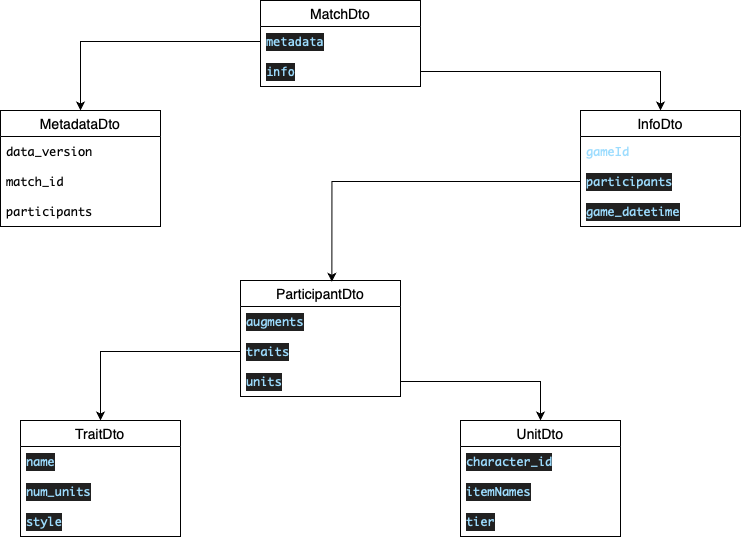
The draw.io diagram TFT.drawio.png in jmp7911/TFT_stats, before a commit. Source tidied: cells renumbered, new cells last; positions are measured from the earlier drawing's top-left corner, leaving out a move shared by most shapes.
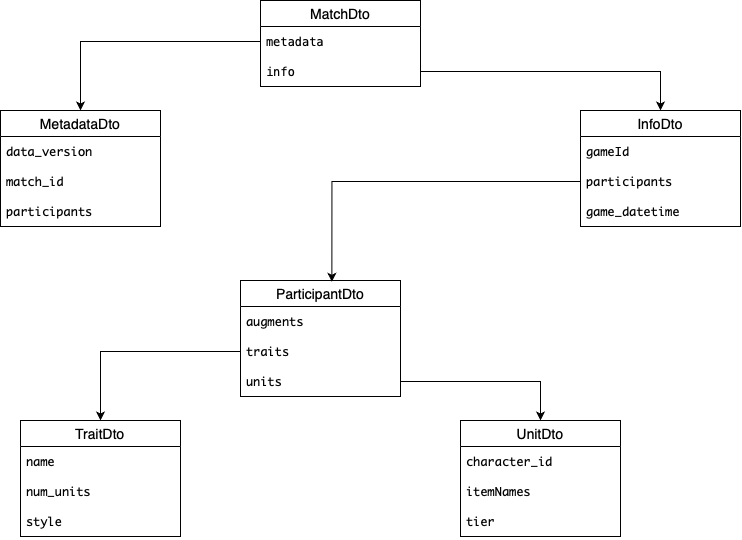
Above is the later version.

Change to the diagram source:
```diff
@@ -2,88 +2,88 @@
   <root>
     <mxCell id="0" />
     <mxCell id="1" parent="0" />
-    <mxCell id="2" value="MetadataDto" style="swimlane;fontStyle=0;horizontal=1;startSize=26;align=center;fontSize=14;labelBackgroundColor=none;" parent="1" vertex="1">
+    <mxCell id="2" value="MetadataDto" style="swimlane;fontStyle=0;horizontal=1;startSize=26;align=center;fontSize=14;labelBackgroundColor=#FFFFFF;fontColor=#000000;" parent="1" vertex="1">
       <mxGeometry y="110" width="160" height="116" as="geometry" />
     </mxCell>
-    <mxCell id="3" value="&lt;div style=&quot;font-family: IBMPlexMono, Monaco, &amp;quot;Courier New&amp;quot;, monospace, Menlo, Monaco, &amp;quot;Courier New&amp;quot;, monospace; line-height: 18px; white-space: pre;&quot;&gt;&lt;span style=&quot;&quot;&gt;data_version&lt;/span&gt;&lt;/div&gt;" style="text;strokeColor=none;fillColor=none;spacingLeft=4;spacingRight=4;overflow=hidden;fontSize=12;whiteSpace=wrap;html=1;labelBackgroundColor=none;" parent="2" vertex="1">
+    <mxCell id="3" value="&lt;div style=&quot;font-family: IBMPlexMono, Monaco, &amp;quot;Courier New&amp;quot;, monospace, Menlo, Monaco, &amp;quot;Courier New&amp;quot;, monospace; line-height: 18px; white-space: pre;&quot;&gt;&lt;span style=&quot;&quot;&gt;data_version&lt;/span&gt;&lt;/div&gt;" style="text;strokeColor=none;fillColor=none;spacingLeft=4;spacingRight=4;overflow=hidden;fontSize=12;whiteSpace=wrap;html=1;labelBackgroundColor=#FFFFFF;fontColor=#000000;" parent="2" vertex="1">
       <mxGeometry y="26" width="160" height="30" as="geometry" />
     </mxCell>
-    <mxCell id="4" value="&lt;div style=&quot;font-family: IBMPlexMono, Monaco, &amp;quot;Courier New&amp;quot;, monospace, Menlo, Monaco, &amp;quot;Courier New&amp;quot;, monospace; line-height: 18px; white-space: pre;&quot;&gt;&lt;span style=&quot;&quot;&gt;match_id&lt;/span&gt;&lt;/div&gt;" style="text;strokeColor=none;fillColor=none;spacingLeft=4;spacingRight=4;overflow=hidden;fontSize=12;whiteSpace=wrap;html=1;labelBackgroundColor=none;" parent="2" vertex="1">
+    <mxCell id="4" value="&lt;div style=&quot;font-family: IBMPlexMono, Monaco, &amp;quot;Courier New&amp;quot;, monospace, Menlo, Monaco, &amp;quot;Courier New&amp;quot;, monospace; line-height: 18px; white-space: pre;&quot;&gt;&lt;span style=&quot;&quot;&gt;match_id&lt;/span&gt;&lt;/div&gt;" style="text;strokeColor=none;fillColor=none;spacingLeft=4;spacingRight=4;overflow=hidden;fontSize=12;whiteSpace=wrap;html=1;labelBackgroundColor=#FFFFFF;fontColor=#000000;" parent="2" vertex="1">
       <mxGeometry y="56" width="160" height="30" as="geometry" />
     </mxCell>
-    <mxCell id="5" value="&lt;div style=&quot;font-family: IBMPlexMono, Monaco, &amp;quot;Courier New&amp;quot;, monospace, Menlo, Monaco, &amp;quot;Courier New&amp;quot;, monospace; line-height: 18px; white-space: pre;&quot;&gt;&lt;span style=&quot;&quot;&gt;participants&lt;/span&gt;&lt;/div&gt;" style="text;strokeColor=none;fillColor=none;spacingLeft=4;spacingRight=4;overflow=hidden;fontSize=12;whiteSpace=wrap;html=1;labelBackgroundColor=none;" parent="2" vertex="1">
+    <mxCell id="5" value="&lt;div style=&quot;font-family: IBMPlexMono, Monaco, &amp;quot;Courier New&amp;quot;, monospace, Menlo, Monaco, &amp;quot;Courier New&amp;quot;, monospace; line-height: 18px; white-space: pre;&quot;&gt;&lt;span style=&quot;&quot;&gt;participants&lt;/span&gt;&lt;/div&gt;" style="text;strokeColor=none;fillColor=none;spacingLeft=4;spacingRight=4;overflow=hidden;fontSize=12;whiteSpace=wrap;html=1;labelBackgroundColor=#FFFFFF;fontColor=#000000;" parent="2" vertex="1">
       <mxGeometry y="86" width="160" height="30" as="geometry" />
     </mxCell>
-    <mxCell id="6" value="InfoDto" style="swimlane;fontStyle=0;horizontal=1;startSize=26;align=center;fontSize=14;labelBackgroundColor=none;" parent="1" vertex="1">
+    <mxCell id="6" value="InfoDto" style="swimlane;fontStyle=0;horizontal=1;startSize=26;align=center;fontSize=14;labelBackgroundColor=#FFFFFF;fontColor=#000000;" parent="1" vertex="1">
       <mxGeometry x="580" y="110" width="160" height="116" as="geometry" />
     </mxCell>
-    <mxCell id="7" value="&lt;div style=&quot;color: rgb(248, 248, 242); font-family: IBMPlexMono, Monaco, &amp;quot;Courier New&amp;quot;, monospace, Menlo, Monaco, &amp;quot;Courier New&amp;quot;, monospace; line-height: 18px; white-space: pre;&quot;&gt;&lt;span style=&quot;color: rgb(156, 220, 254);&quot;&gt;gameId&lt;/span&gt;&lt;/div&gt;" style="text;strokeColor=none;fillColor=none;spacingLeft=4;spacingRight=4;overflow=hidden;fontSize=12;whiteSpace=wrap;html=1;labelBackgroundColor=none;" parent="6" vertex="1">
+    <mxCell id="7" value="&lt;div style=&quot;font-family: IBMPlexMono, Monaco, &amp;quot;Courier New&amp;quot;, monospace, Menlo, Monaco, &amp;quot;Courier New&amp;quot;, monospace; line-height: 18px; white-space: pre;&quot;&gt;&lt;span style=&quot;&quot;&gt;gameId&lt;/span&gt;&lt;/div&gt;" style="text;strokeColor=none;fillColor=none;spacingLeft=4;spacingRight=4;overflow=hidden;fontSize=12;whiteSpace=wrap;html=1;labelBackgroundColor=#FFFFFF;fontColor=#000000;" parent="6" vertex="1">
       <mxGeometry y="26" width="160" height="30" as="geometry" />
     </mxCell>
-    <mxCell id="8" value="&lt;div style=&quot;color: rgb(248, 248, 242); background-color: rgb(33, 33, 33); font-family: IBMPlexMono, Monaco, &amp;quot;Courier New&amp;quot;, monospace, Menlo, Monaco, &amp;quot;Courier New&amp;quot;, monospace; line-height: 18px; white-space: pre;&quot;&gt;&lt;span style=&quot;color: rgb(156, 220, 254);&quot;&gt;participants&lt;/span&gt;&lt;/div&gt;" style="text;strokeColor=none;fillColor=none;spacingLeft=4;spacingRight=4;overflow=hidden;points=[[0,0.5],[1,0.5]];portConstraint=eastwest;fontSize=12;whiteSpace=wrap;html=1;labelBackgroundColor=none;" parent="6" vertex="1">
+    <mxCell id="8" value="&lt;div style=&quot;font-family: IBMPlexMono, Monaco, &amp;quot;Courier New&amp;quot;, monospace, Menlo, Monaco, &amp;quot;Courier New&amp;quot;, monospace; line-height: 18px; white-space: pre;&quot;&gt;&lt;span style=&quot;&quot;&gt;participants&lt;/span&gt;&lt;/div&gt;" style="text;strokeColor=none;fillColor=none;spacingLeft=4;spacingRight=4;overflow=hidden;points=[[0,0.5],[1,0.5]];portConstraint=eastwest;fontSize=12;whiteSpace=wrap;html=1;labelBackgroundColor=#FFFFFF;fontColor=#000000;" parent="6" vertex="1">
       <mxGeometry y="56" width="160" height="30" as="geometry" />
     </mxCell>
-    <mxCell id="9" value="&lt;div style=&quot;color: rgb(248, 248, 242); background-color: rgb(33, 33, 33); font-family: IBMPlexMono, Monaco, &amp;quot;Courier New&amp;quot;, monospace, Menlo, Monaco, &amp;quot;Courier New&amp;quot;, monospace; line-height: 18px; white-space: pre;&quot;&gt;&lt;div style=&quot;line-height: 18px;&quot;&gt;&lt;div style=&quot;line-height: 18px;&quot;&gt;&lt;span style=&quot;color: rgb(156, 220, 254);&quot;&gt;game_datetime&lt;/span&gt;&lt;/div&gt;&lt;/div&gt;&lt;/div&gt;" style="text;strokeColor=none;fillColor=none;spacingLeft=4;spacingRight=4;overflow=hidden;fontSize=12;whiteSpace=wrap;html=1;labelBackgroundColor=none;" parent="6" vertex="1">
+    <mxCell id="9" value="&lt;div style=&quot;font-family: IBMPlexMono, Monaco, &amp;quot;Courier New&amp;quot;, monospace, Menlo, Monaco, &amp;quot;Courier New&amp;quot;, monospace; line-height: 18px; white-space: pre;&quot;&gt;&lt;div style=&quot;line-height: 18px;&quot;&gt;&lt;div style=&quot;line-height: 18px;&quot;&gt;&lt;span style=&quot;&quot;&gt;game_datetime&lt;/span&gt;&lt;/div&gt;&lt;/div&gt;&lt;/div&gt;" style="text;strokeColor=none;fillColor=none;spacingLeft=4;spacingRight=4;overflow=hidden;fontSize=12;whiteSpace=wrap;html=1;labelBackgroundColor=#FFFFFF;fontColor=#000000;" parent="6" vertex="1">
       <mxGeometry y="86" width="160" height="30" as="geometry" />
     </mxCell>
-    <mxCell id="10" value="ParticipantDto" style="swimlane;fontStyle=0;horizontal=1;startSize=26;align=center;fontSize=14;" parent="1" vertex="1">
+    <mxCell id="10" value="ParticipantDto" style="swimlane;fontStyle=0;horizontal=1;startSize=26;align=center;fontSize=14;fontColor=#000000;labelBackgroundColor=#FFFFFF;" parent="1" vertex="1">
       <mxGeometry x="240" y="280" width="160" height="116" as="geometry" />
     </mxCell>
-    <mxCell id="11" value="&lt;div style=&quot;color: rgb(248, 248, 242); background-color: rgb(33, 33, 33); font-family: IBMPlexMono, Monaco, &amp;quot;Courier New&amp;quot;, monospace, Menlo, Monaco, &amp;quot;Courier New&amp;quot;, monospace; line-height: 18px; white-space: pre;&quot;&gt;&lt;span style=&quot;color: rgb(156, 220, 254);&quot;&gt;augments&lt;/span&gt;&lt;/div&gt;" style="text;strokeColor=none;fillColor=none;spacingLeft=4;spacingRight=4;overflow=hidden;fontSize=12;whiteSpace=wrap;html=1;" parent="10" vertex="1">
+    <mxCell id="11" value="&lt;div style=&quot;font-family: IBMPlexMono, Monaco, &amp;quot;Courier New&amp;quot;, monospace, Menlo, Monaco, &amp;quot;Courier New&amp;quot;, monospace; line-height: 18px; white-space: pre;&quot;&gt;&lt;span style=&quot;&quot;&gt;augments&lt;/span&gt;&lt;/div&gt;" style="text;strokeColor=none;fillColor=none;spacingLeft=4;spacingRight=4;overflow=hidden;fontSize=12;whiteSpace=wrap;html=1;fontColor=#000000;labelBackgroundColor=#FFFFFF;" parent="10" vertex="1">
       <mxGeometry y="26" width="160" height="30" as="geometry" />
     </mxCell>
-    <mxCell id="12" value="&lt;div style=&quot;color: rgb(248, 248, 242); background-color: rgb(33, 33, 33); font-family: IBMPlexMono, Monaco, &amp;quot;Courier New&amp;quot;, monospace, Menlo, Monaco, &amp;quot;Courier New&amp;quot;, monospace; line-height: 18px; white-space: pre;&quot;&gt;&lt;span style=&quot;color: rgb(156, 220, 254);&quot;&gt;traits&lt;/span&gt;&lt;/div&gt;" style="text;strokeColor=none;fillColor=none;spacingLeft=4;spacingRight=4;overflow=hidden;points=[[0,0.5],[1,0.5]];portConstraint=eastwest;fontSize=12;whiteSpace=wrap;html=1;" parent="10" vertex="1">
+    <mxCell id="12" value="&lt;div style=&quot;font-family: IBMPlexMono, Monaco, &amp;quot;Courier New&amp;quot;, monospace, Menlo, Monaco, &amp;quot;Courier New&amp;quot;, monospace; line-height: 18px; white-space: pre;&quot;&gt;&lt;span style=&quot;&quot;&gt;traits&lt;/span&gt;&lt;/div&gt;" style="text;strokeColor=none;fillColor=none;spacingLeft=4;spacingRight=4;overflow=hidden;points=[[0,0.5],[1,0.5]];portConstraint=eastwest;fontSize=12;whiteSpace=wrap;html=1;fontColor=#000000;labelBackgroundColor=#FFFFFF;" parent="10" vertex="1">
       <mxGeometry y="56" width="160" height="30" as="geometry" />
     </mxCell>
-    <mxCell id="13" value="&lt;div style=&quot;background-color: rgb(33, 33, 33); font-family: IBMPlexMono, Monaco, &amp;quot;Courier New&amp;quot;, monospace, Menlo, Monaco, &amp;quot;Courier New&amp;quot;, monospace; line-height: 18px; white-space: pre;&quot;&gt;&lt;font color=&quot;#9cdcfe&quot;&gt;&lt;span style=&quot;caret-color: rgb(156, 220, 254);&quot;&gt;units&lt;/span&gt;&lt;/font&gt;&lt;/div&gt;" style="text;strokeColor=none;fillColor=none;spacingLeft=4;spacingRight=4;overflow=hidden;points=[[0,0.5],[1,0.5]];portConstraint=eastwest;fontSize=12;whiteSpace=wrap;html=1;" parent="10" vertex="1">
+    <mxCell id="13" value="&lt;div style=&quot;font-family: IBMPlexMono, Monaco, &amp;quot;Courier New&amp;quot;, monospace, Menlo, Monaco, &amp;quot;Courier New&amp;quot;, monospace; line-height: 18px; white-space: pre;&quot;&gt;&lt;font&gt;&lt;span style=&quot;caret-color: rgb(156, 220, 254);&quot;&gt;units&lt;/span&gt;&lt;/font&gt;&lt;/div&gt;" style="text;strokeColor=none;fillColor=none;spacingLeft=4;spacingRight=4;overflow=hidden;points=[[0,0.5],[1,0.5]];portConstraint=eastwest;fontSize=12;whiteSpace=wrap;html=1;fontColor=#000000;labelBackgroundColor=#FFFFFF;" parent="10" vertex="1">
       <mxGeometry y="86" width="160" height="30" as="geometry" />
     </mxCell>
-    <mxCell id="14" value="MatchDto" style="swimlane;fontStyle=0;horizontal=1;startSize=26;align=center;fontSize=14;" parent="1" vertex="1">
+    <mxCell id="14" value="MatchDto" style="swimlane;fontStyle=0;horizontal=1;startSize=26;align=center;fontSize=14;fontColor=#000000;labelBackgroundColor=#FFFFFF;" parent="1" vertex="1">
       <mxGeometry x="260" width="160" height="86" as="geometry" />
     </mxCell>
-    <mxCell id="15" value="&lt;div style=&quot;color: rgb(204, 204, 204); background-color: rgb(31, 31, 31); font-family: Menlo, Monaco, &amp;quot;Courier New&amp;quot;, monospace; line-height: 18px; white-space: pre;&quot;&gt;&lt;span style=&quot;color: rgb(156, 220, 254);&quot;&gt;metadata&lt;/span&gt;&lt;/div&gt;" style="text;strokeColor=none;fillColor=none;spacingLeft=4;spacingRight=4;overflow=hidden;points=[[0,0.5],[1,0.5]];portConstraint=eastwest;fontSize=12;whiteSpace=wrap;html=1;" parent="14" vertex="1">
+    <mxCell id="15" value="&lt;div style=&quot;font-family: Menlo, Monaco, &amp;quot;Courier New&amp;quot;, monospace; line-height: 18px; white-space: pre;&quot;&gt;&lt;span style=&quot;&quot;&gt;metadata&lt;/span&gt;&lt;/div&gt;" style="text;strokeColor=none;fillColor=none;spacingLeft=4;spacingRight=4;overflow=hidden;points=[[0,0.5],[1,0.5]];portConstraint=eastwest;fontSize=12;whiteSpace=wrap;html=1;fontColor=#000000;labelBackgroundColor=#FFFFFF;" parent="14" vertex="1">
       <mxGeometry y="26" width="160" height="30" as="geometry" />
     </mxCell>
-    <mxCell id="16" value="&lt;div style=&quot;color: rgb(204, 204, 204); background-color: rgb(31, 31, 31); font-family: Menlo, Monaco, &amp;quot;Courier New&amp;quot;, monospace; line-height: 18px; white-space: pre;&quot;&gt;&lt;span style=&quot;color: rgb(156, 220, 254);&quot;&gt;info&lt;/span&gt;&lt;/div&gt;" style="text;strokeColor=none;fillColor=none;spacingLeft=4;spacingRight=4;overflow=hidden;points=[[0,0.5],[1,0.5]];portConstraint=eastwest;fontSize=12;whiteSpace=wrap;html=1;" parent="14" vertex="1">
+    <mxCell id="16" value="&lt;div style=&quot;font-family: Menlo, Monaco, &amp;quot;Courier New&amp;quot;, monospace; line-height: 18px; white-space: pre;&quot;&gt;&lt;span style=&quot;&quot;&gt;info&lt;/span&gt;&lt;/div&gt;" style="text;strokeColor=none;fillColor=none;spacingLeft=4;spacingRight=4;overflow=hidden;points=[[0,0.5],[1,0.5]];portConstraint=eastwest;fontSize=12;whiteSpace=wrap;html=1;fontColor=#000000;labelBackgroundColor=#FFFFFF;" parent="14" vertex="1">
       <mxGeometry y="56" width="160" height="30" as="geometry" />
     </mxCell>
-    <mxCell id="17" value="TraitDto" style="swimlane;fontStyle=0;horizontal=1;startSize=26;align=center;fontSize=14;" parent="1" vertex="1">
+    <mxCell id="17" value="TraitDto" style="swimlane;fontStyle=0;horizontal=1;startSize=26;align=center;fontSize=14;fontColor=#000000;labelBackgroundColor=#FFFFFF;" parent="1" vertex="1">
       <mxGeometry x="20" y="420" width="160" height="116" as="geometry" />
     </mxCell>
-    <mxCell id="18" value="&lt;div style=&quot;color: rgb(248, 248, 242); background-color: rgb(33, 33, 33); font-family: IBMPlexMono, Monaco, &amp;quot;Courier New&amp;quot;, monospace, Menlo, Monaco, &amp;quot;Courier New&amp;quot;, monospace; line-height: 18px; white-space: pre;&quot;&gt;&lt;span style=&quot;color: rgb(156, 220, 254);&quot;&gt;name&lt;/span&gt;&lt;/div&gt;" style="text;strokeColor=none;fillColor=none;spacingLeft=4;spacingRight=4;overflow=hidden;fontSize=12;whiteSpace=wrap;html=1;" parent="17" vertex="1">
+    <mxCell id="18" value="&lt;div style=&quot;font-family: IBMPlexMono, Monaco, &amp;quot;Courier New&amp;quot;, monospace, Menlo, Monaco, &amp;quot;Courier New&amp;quot;, monospace; line-height: 18px; white-space: pre;&quot;&gt;&lt;span style=&quot;&quot;&gt;name&lt;/span&gt;&lt;/div&gt;" style="text;strokeColor=none;fillColor=none;spacingLeft=4;spacingRight=4;overflow=hidden;fontSize=12;whiteSpace=wrap;html=1;fontColor=#000000;labelBackgroundColor=#FFFFFF;" parent="17" vertex="1">
       <mxGeometry y="26" width="160" height="30" as="geometry" />
     </mxCell>
-    <mxCell id="19" value="&lt;div style=&quot;color: rgb(248, 248, 242); background-color: rgb(33, 33, 33); font-family: IBMPlexMono, Monaco, &amp;quot;Courier New&amp;quot;, monospace, Menlo, Monaco, &amp;quot;Courier New&amp;quot;, monospace; line-height: 18px; white-space: pre;&quot;&gt;&lt;div style=&quot;line-height: 18px;&quot;&gt;&lt;span style=&quot;color: rgb(156, 220, 254);&quot;&gt;num_units&lt;/span&gt;&lt;/div&gt;&lt;/div&gt;" style="text;strokeColor=none;fillColor=none;spacingLeft=4;spacingRight=4;overflow=hidden;fontSize=12;whiteSpace=wrap;html=1;" parent="17" vertex="1">
+    <mxCell id="19" value="&lt;div style=&quot;font-family: IBMPlexMono, Monaco, &amp;quot;Courier New&amp;quot;, monospace, Menlo, Monaco, &amp;quot;Courier New&amp;quot;, monospace; line-height: 18px; white-space: pre;&quot;&gt;&lt;div style=&quot;line-height: 18px;&quot;&gt;&lt;span style=&quot;&quot;&gt;num_units&lt;/span&gt;&lt;/div&gt;&lt;/div&gt;" style="text;strokeColor=none;fillColor=none;spacingLeft=4;spacingRight=4;overflow=hidden;fontSize=12;whiteSpace=wrap;html=1;fontColor=#000000;labelBackgroundColor=#FFFFFF;" parent="17" vertex="1">
       <mxGeometry y="56" width="160" height="30" as="geometry" />
     </mxCell>
-    <mxCell id="20" value="&lt;div style=&quot;color: rgb(248, 248, 242); background-color: rgb(33, 33, 33); font-family: IBMPlexMono, Monaco, &amp;quot;Courier New&amp;quot;, monospace, Menlo, Monaco, &amp;quot;Courier New&amp;quot;, monospace; line-height: 18px; white-space: pre;&quot;&gt;&lt;div style=&quot;line-height: 18px;&quot;&gt;&lt;span style=&quot;color: rgb(156, 220, 254);&quot;&gt;style&lt;/span&gt;&lt;/div&gt;&lt;/div&gt;" style="text;strokeColor=none;fillColor=none;spacingLeft=4;spacingRight=4;overflow=hidden;fontSize=12;whiteSpace=wrap;html=1;" parent="17" vertex="1">
+    <mxCell id="20" value="&lt;div style=&quot;font-family: IBMPlexMono, Monaco, &amp;quot;Courier New&amp;quot;, monospace, Menlo, Monaco, &amp;quot;Courier New&amp;quot;, monospace; line-height: 18px; white-space: pre;&quot;&gt;&lt;div style=&quot;line-height: 18px;&quot;&gt;&lt;span style=&quot;&quot;&gt;style&lt;/span&gt;&lt;/div&gt;&lt;/div&gt;" style="text;strokeColor=none;fillColor=none;spacingLeft=4;spacingRight=4;overflow=hidden;fontSize=12;whiteSpace=wrap;html=1;fontColor=#000000;labelBackgroundColor=#FFFFFF;" parent="17" vertex="1">
       <mxGeometry y="86" width="160" height="30" as="geometry" />
     </mxCell>
-    <mxCell id="21" value="UnitDto" style="swimlane;fontStyle=0;horizontal=1;startSize=26;align=center;fontSize=14;" parent="1" vertex="1">
+    <mxCell id="21" value="UnitDto" style="swimlane;fontStyle=0;horizontal=1;startSize=26;align=center;fontSize=14;fontColor=#000000;labelBackgroundColor=#FFFFFF;" parent="1" vertex="1">
       <mxGeometry x="460" y="420" width="160" height="116" as="geometry" />
     </mxCell>
-    <mxCell id="22" value="&lt;div style=&quot;color: rgb(248, 248, 242); background-color: rgb(33, 33, 33); font-family: IBMPlexMono, Monaco, &amp;quot;Courier New&amp;quot;, monospace, Menlo, Monaco, &amp;quot;Courier New&amp;quot;, monospace; line-height: 18px; white-space: pre;&quot;&gt;&lt;span style=&quot;color: rgb(156, 220, 254);&quot;&gt;character_id&lt;/span&gt;&lt;/div&gt;" style="text;strokeColor=none;fillColor=none;spacingLeft=4;spacingRight=4;overflow=hidden;fontSize=12;whiteSpace=wrap;html=1;" parent="21" vertex="1">
+    <mxCell id="22" value="&lt;div style=&quot;font-family: IBMPlexMono, Monaco, &amp;quot;Courier New&amp;quot;, monospace, Menlo, Monaco, &amp;quot;Courier New&amp;quot;, monospace; line-height: 18px; white-space: pre;&quot;&gt;&lt;span style=&quot;&quot;&gt;character_id&lt;/span&gt;&lt;/div&gt;" style="text;strokeColor=none;fillColor=none;spacingLeft=4;spacingRight=4;overflow=hidden;fontSize=12;whiteSpace=wrap;html=1;fontColor=#000000;labelBackgroundColor=#FFFFFF;" parent="21" vertex="1">
       <mxGeometry y="26" width="160" height="30" as="geometry" />
     </mxCell>
-    <mxCell id="23" value="&lt;div style=&quot;color: rgb(248, 248, 242); background-color: rgb(33, 33, 33); font-family: IBMPlexMono, Monaco, &amp;quot;Courier New&amp;quot;, monospace, Menlo, Monaco, &amp;quot;Courier New&amp;quot;, monospace; line-height: 18px; white-space: pre;&quot;&gt;&lt;div style=&quot;line-height: 18px;&quot;&gt;&lt;span style=&quot;color: rgb(156, 220, 254);&quot;&gt;itemNames&lt;/span&gt;&lt;/div&gt;&lt;/div&gt;" style="text;strokeColor=none;fillColor=none;spacingLeft=4;spacingRight=4;overflow=hidden;fontSize=12;whiteSpace=wrap;html=1;" parent="21" vertex="1">
+    <mxCell id="23" value="&lt;div style=&quot;font-family: IBMPlexMono, Monaco, &amp;quot;Courier New&amp;quot;, monospace, Menlo, Monaco, &amp;quot;Courier New&amp;quot;, monospace; line-height: 18px; white-space: pre;&quot;&gt;&lt;div style=&quot;line-height: 18px;&quot;&gt;&lt;span style=&quot;&quot;&gt;itemNames&lt;/span&gt;&lt;/div&gt;&lt;/div&gt;" style="text;strokeColor=none;fillColor=none;spacingLeft=4;spacingRight=4;overflow=hidden;fontSize=12;whiteSpace=wrap;html=1;fontColor=#000000;labelBackgroundColor=#FFFFFF;" parent="21" vertex="1">
       <mxGeometry y="56" width="160" height="30" as="geometry" />
     </mxCell>
-    <mxCell id="24" value="&lt;div style=&quot;background-color: rgb(33, 33, 33); font-family: IBMPlexMono, Monaco, &amp;quot;Courier New&amp;quot;, monospace, Menlo, Monaco, &amp;quot;Courier New&amp;quot;, monospace; line-height: 18px; white-space: pre;&quot;&gt;&lt;font color=&quot;#9cdcfe&quot;&gt;&lt;span style=&quot;caret-color: rgb(156, 220, 254);&quot;&gt;tier&lt;/span&gt;&lt;/font&gt;&lt;/div&gt;" style="text;strokeColor=none;fillColor=none;spacingLeft=4;spacingRight=4;overflow=hidden;fontSize=12;whiteSpace=wrap;html=1;" parent="21" vertex="1">
+    <mxCell id="24" value="&lt;div style=&quot;font-family: IBMPlexMono, Monaco, &amp;quot;Courier New&amp;quot;, monospace, Menlo, Monaco, &amp;quot;Courier New&amp;quot;, monospace; line-height: 18px; white-space: pre;&quot;&gt;&lt;font&gt;&lt;span style=&quot;caret-color: rgb(156, 220, 254);&quot;&gt;tier&lt;/span&gt;&lt;/font&gt;&lt;/div&gt;" style="text;strokeColor=none;fillColor=none;spacingLeft=4;spacingRight=4;overflow=hidden;fontSize=12;whiteSpace=wrap;html=1;fontColor=#000000;labelBackgroundColor=#FFFFFF;" parent="21" vertex="1">
       <mxGeometry y="86" width="160" height="30" as="geometry" />
     </mxCell>
-    <mxCell id="25" style="edgeStyle=orthogonalEdgeStyle;rounded=0;jettySize=auto;html=1;" parent="1" edge="1" source="16" target="6">
+    <mxCell id="25" style="edgeStyle=orthogonalEdgeStyle;rounded=0;jettySize=auto;html=1;fontColor=#000000;labelBackgroundColor=#FFFFFF;" parent="1" edge="1" source="16" target="6">
       <mxGeometry relative="1" as="geometry" />
     </mxCell>
-    <mxCell id="26" style="edgeStyle=orthogonalEdgeStyle;rounded=0;jettySize=auto;html=1;entryX=0.571;entryY=0.011;entryDx=0;entryDy=0;entryPerimeter=0;" parent="1" edge="1" source="8" target="10">
+    <mxCell id="26" style="edgeStyle=orthogonalEdgeStyle;rounded=0;jettySize=auto;html=1;entryX=0.571;entryY=0.011;entryDx=0;entryDy=0;entryPerimeter=0;fontColor=#000000;labelBackgroundColor=#FFFFFF;" parent="1" edge="1" source="8" target="10">
       <mxGeometry relative="1" as="geometry" />
     </mxCell>
-    <mxCell id="27" style="edgeStyle=orthogonalEdgeStyle;rounded=0;jettySize=auto;html=1;" parent="1" edge="1" source="13" target="21">
+    <mxCell id="27" style="edgeStyle=orthogonalEdgeStyle;rounded=0;jettySize=auto;html=1;fontColor=#000000;labelBackgroundColor=#FFFFFF;" parent="1" edge="1" source="13" target="21">
       <mxGeometry relative="1" as="geometry" />
     </mxCell>
-    <mxCell id="28" style="edgeStyle=orthogonalEdgeStyle;rounded=0;jettySize=auto;html=1;" parent="1" edge="1" source="12" target="17">
+    <mxCell id="28" style="edgeStyle=orthogonalEdgeStyle;rounded=0;jettySize=auto;html=1;fontColor=#000000;labelBackgroundColor=#FFFFFF;" parent="1" edge="1" source="12" target="17">
       <mxGeometry relative="1" as="geometry" />
     </mxCell>
-    <mxCell id="29" style="edgeStyle=orthogonalEdgeStyle;rounded=0;jettySize=auto;html=1;" parent="1" edge="1" source="15" target="2">
+    <mxCell id="29" style="edgeStyle=orthogonalEdgeStyle;rounded=0;jettySize=auto;html=1;fontColor=#000000;labelBackgroundColor=#FFFFFF;" parent="1" edge="1" source="15" target="2">
       <mxGeometry relative="1" as="geometry" />
     </mxCell>
   </root>
```
